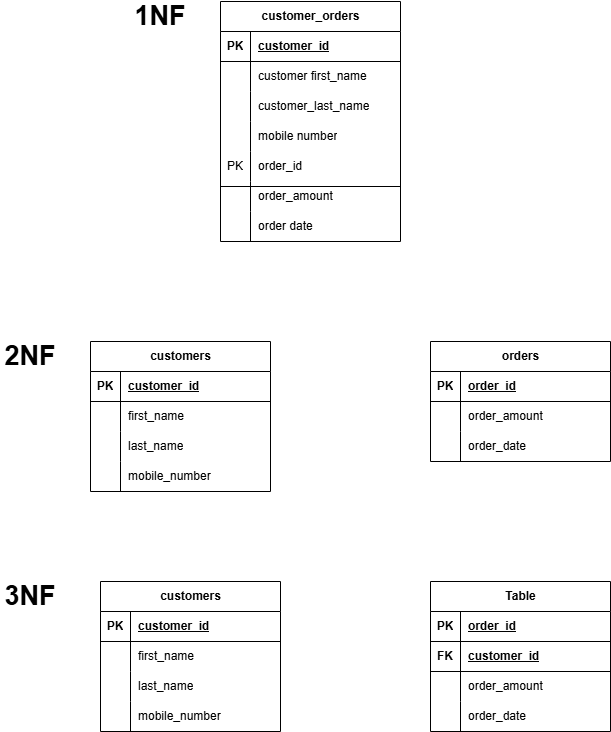
Above: ERD-Logical.png in Codegnan-HYD/sql-app-08 (draw.io), before the change. Source tidied: cells renumbered, new cells last; positions are measured from the earlier drawing's top-left corner, leaving out a move shared by most shapes.
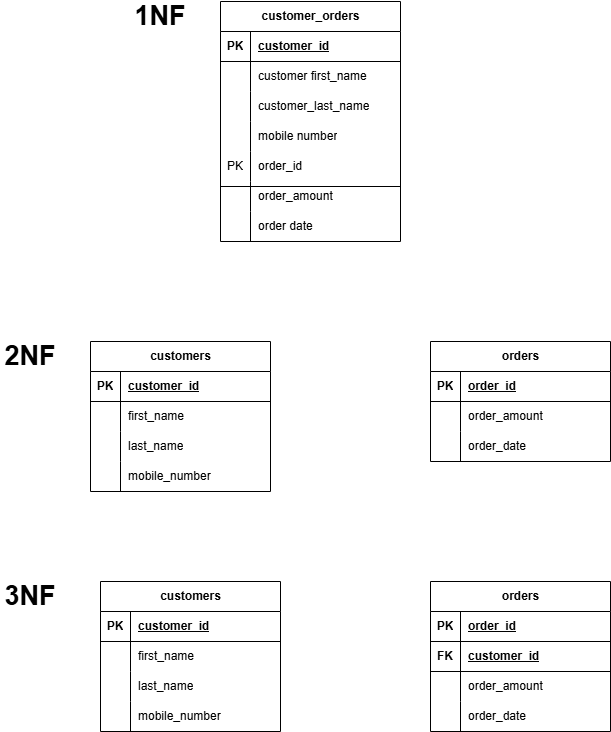
Above is the later version.

Commit message:
pushing ERD_Physical & Logical Diagram

What changed in the source:
```diff
@@ -185,7 +185,7 @@
     <mxCell id="62" value="mobile_number" style="shape=partialRectangle;fillColor=none;top=0;left=0;bottom=0;right=0;align=left;spacingLeft=6;overflow=hidden;whiteSpace=wrap;html=1;" parent="60" vertex="1">
       <mxGeometry x="30" width="150" height="30" as="geometry" />
     </mxCell>
-    <mxCell id="63" value="Table" style="shape=table;startSize=30;rowLines=0;fontStyle=1;align=center;html=1;" parent="1" vertex="1">
+    <mxCell id="63" value="orders" style="shape=table;startSize=30;rowLines=0;fontStyle=1;align=center;html=1;" parent="1" vertex="1">
       <mxGeometry x="430" y="580" width="180" height="150" as="geometry" />
     </mxCell>
     <mxCell id="64" style="shape=tableRow;horizontal=0;startSize=0;swimlaneHead=0;swimlaneBody=0;fillColor=none;top=0;left=0;right=0;bottom=1;" parent="63" vertex="1">
```
